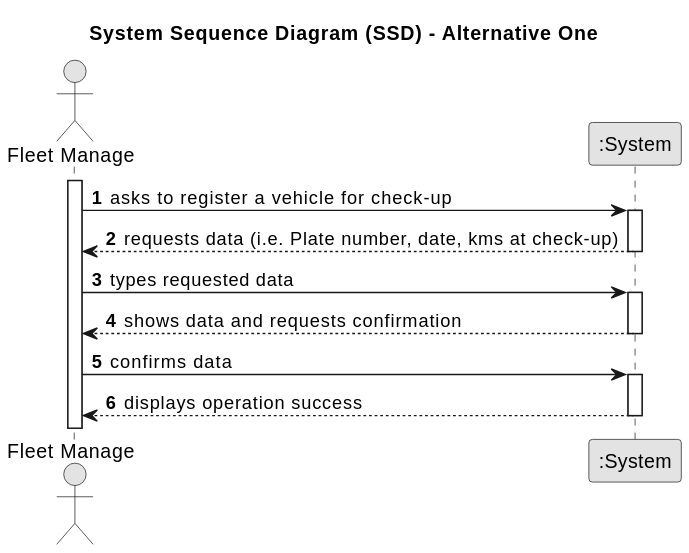
The PlantUML diagram docs/sprintB/us007/01.requirements-engineering/svg/us007-system-sequence-diagram-alternative-one.svg in diogoveirospro/lei-24-s2-1dg-g072, before a commit. Source of this version:
```plantuml
@startuml
skinparam monochrome true
skinparam packageStyle rectangle
skinparam shadowing false

title System Sequence Diagram (SSD) - Alternative One

autonumber

actor "Fleet Manage" as Employee
participant ":System" as System

activate Employee

    Employee -> System : asks to register a vehicle for check-up
    activate System

        System --> Employee : requests data (i.e. Plate number, date, kms at check-up)
    deactivate System

    Employee -> System : types requested data
    activate System

        System --> Employee : shows data and requests confirmation
    deactivate System

    Employee -> System : confirms data
    activate System

        System --> Employee : displays operation success
    deactivate System
@enduml
```
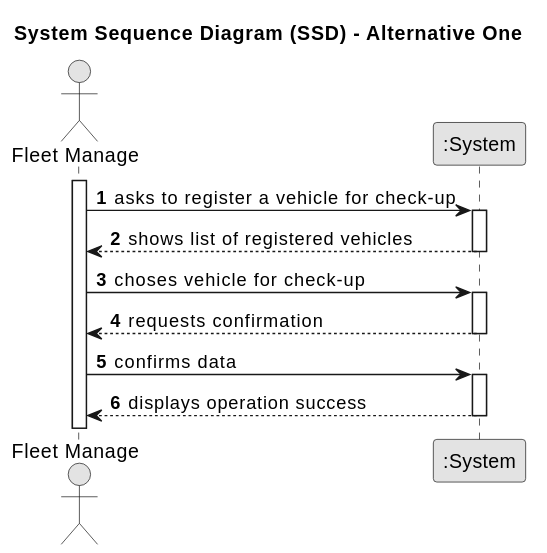
The same diagram one commit later.

What changed in the source:
```diff
@@ -15,13 +15,13 @@
     Employee -> System : asks to register a vehicle for check-up
     activate System
 
-        System --> Employee : requests data (i.e. Plate number, date, kms at check-up)
+        System --> Employee : shows list of registered vehicles
     deactivate System
 
-    Employee -> System : types requested data
+    Employee -> System : choses vehicle for check-up
     activate System
 
-        System --> Employee : shows data and requests confirmation
+        System --> Employee : requests confirmation
     deactivate System
 
     Employee -> System : confirms data
```
